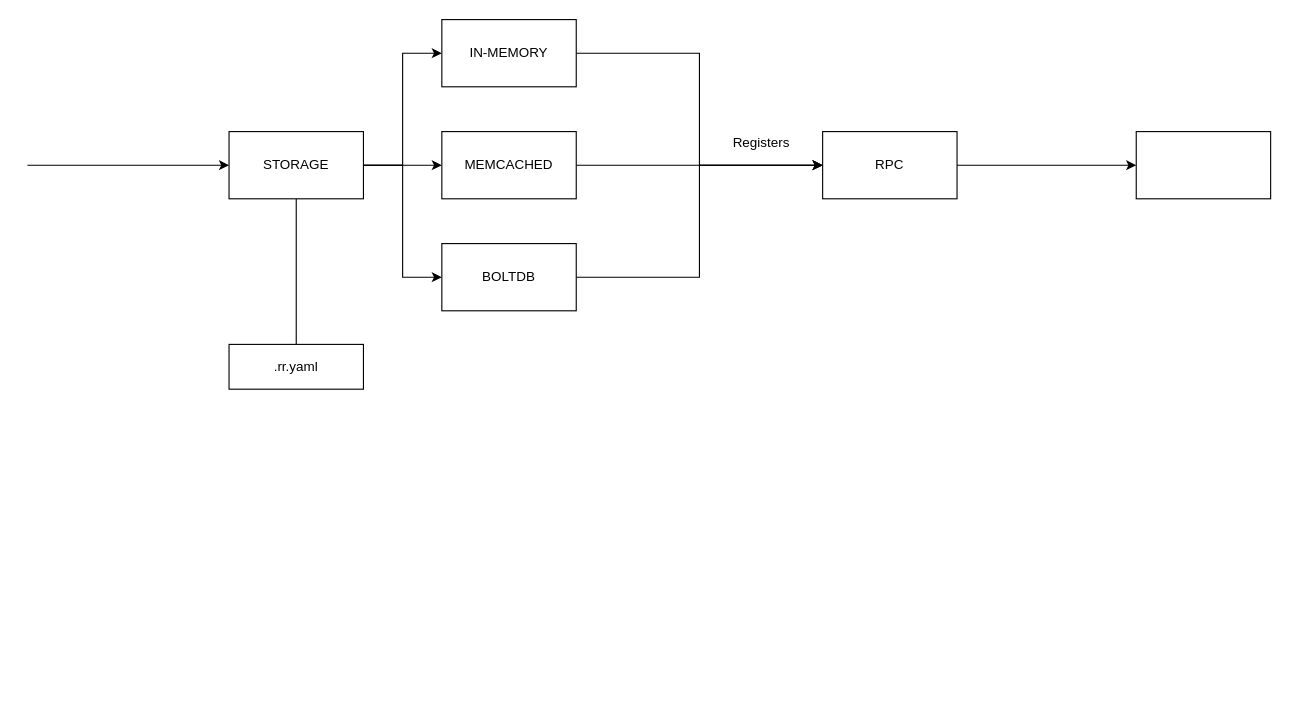
Above: plugins/kv/doc/kv.drawio in roadrunner-server/roadrunner (draw.io), before the change. Source tidied: cells renumbered, new cells numbered last; positions are measured from the earlier drawing's top-left corner, leaving out a move shared by most shapes. Both pictures are drawn from the tidied source at 112%, with x=0, y=0 at pixel (27, 19).
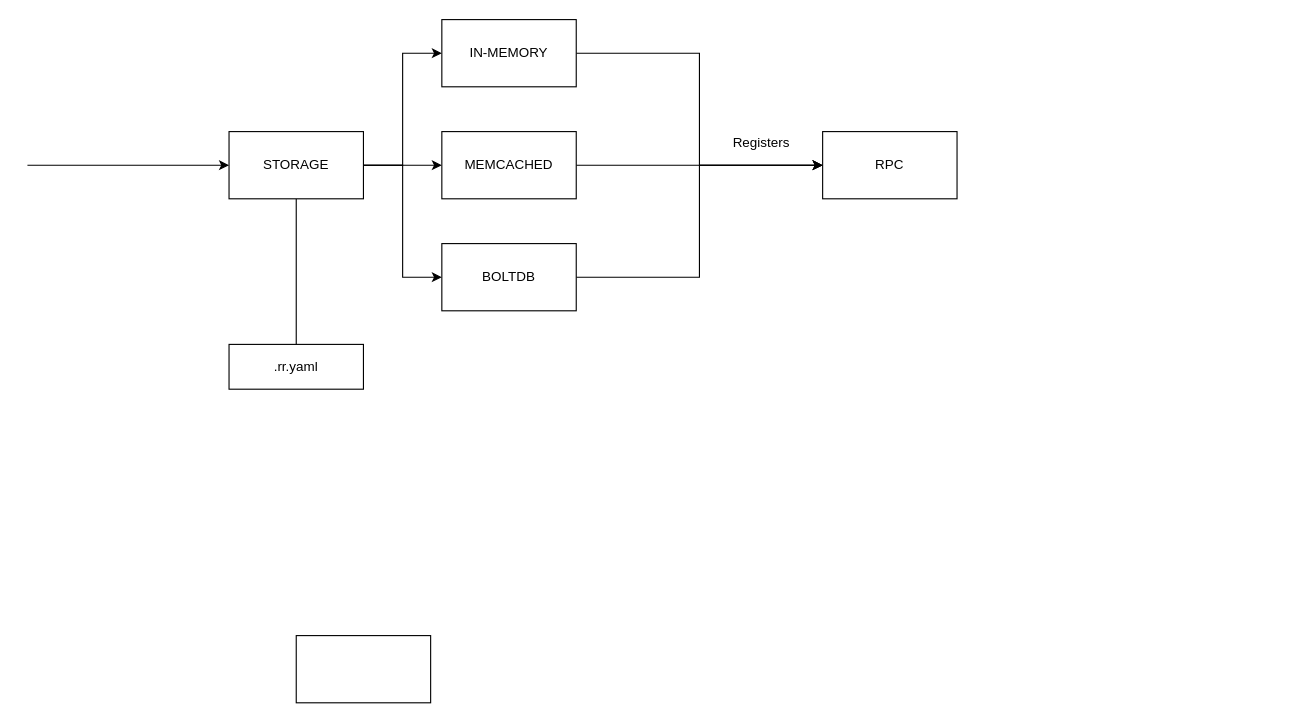
The same page after the edit.

Unchanged cells that the change refers to:
```xml
<mxCell id="15" value="RPC" style="rounded=0;whiteSpace=wrap;html=1;" parent="1" vertex="1">
  <mxGeometry x="710" y="100" width="120" height="60" as="geometry" />
</mxCell>
```

Change to the diagram source:
```diff
@@
-    <mxCell id="14" style="edgeStyle=orthogonalEdgeStyle;rounded=0;jettySize=auto;html=1;exitX=1;exitY=0.5;exitDx=0;exitDy=0;" parent="1" edge="1" source="15">
-      <mxGeometry relative="1" as="geometry">
-        <mxPoint x="990" y="130" as="targetPoint" />
-      </mxGeometry>
-    </mxCell>
@@
-    <mxCell id="18" style="rounded=0;whiteSpace=wrap;html=1;" parent="1" vertex="1">
-      <mxGeometry x="990" y="100" width="120" height="60" as="geometry" />
-    </mxCell>
+    <mxCell id="19" style="rounded=0;whiteSpace=wrap;html=1;" parent="1" vertex="1">
+      <mxGeometry x="240" y="550" width="120" height="60" as="geometry" />
+    </mxCell>
```
